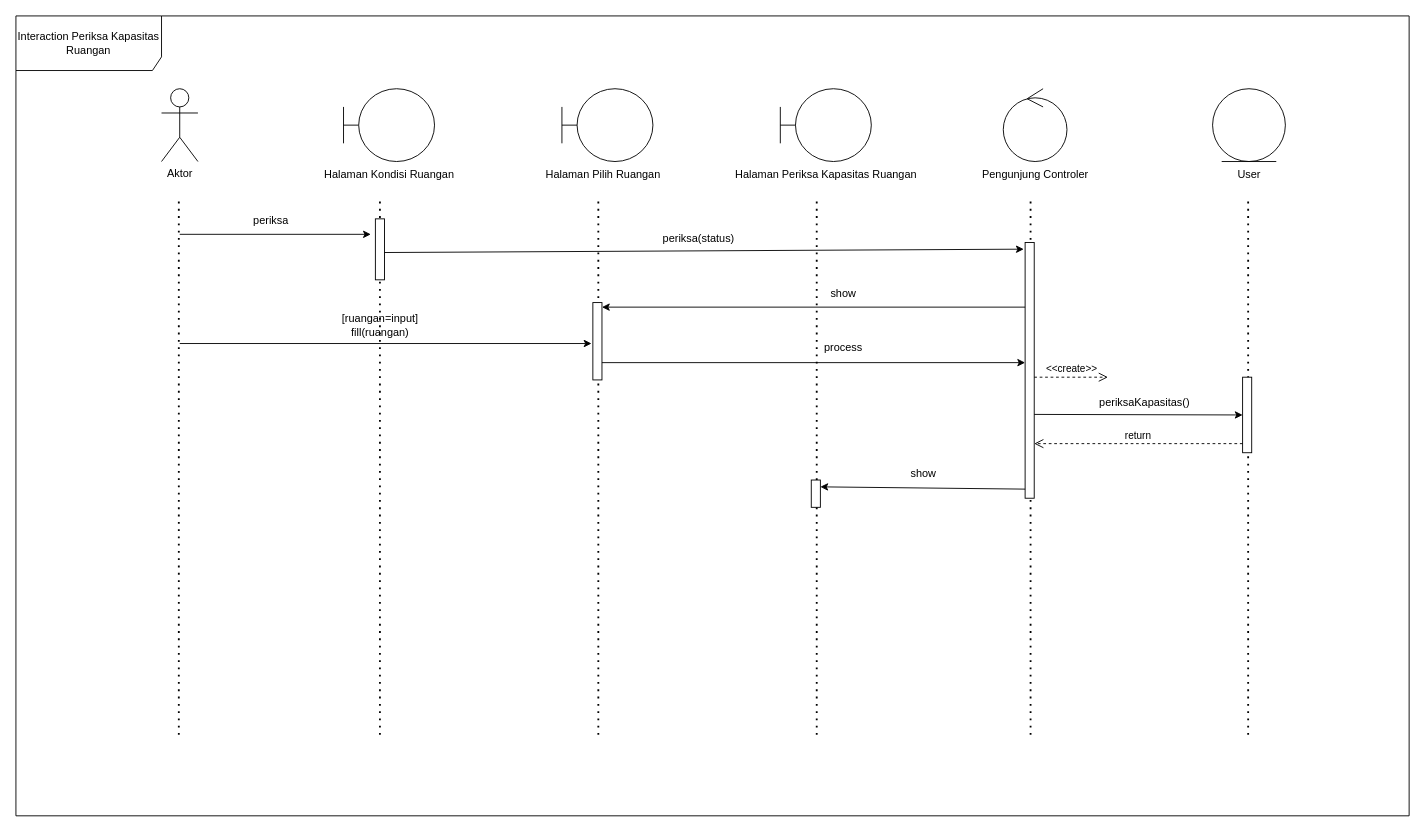
The draw.io diagram sd-Ubah_Status_Kursi.drawio.xml in andrewsalim101/sequence-diagram-rkb, before the edit. Source tidied: cells renumbered, new cells numbered last; positions are measured from the earlier drawing's top-left corner, leaving out a move shared by most shapes. Both pictures are drawn from the tidied source at 91%, with x=0, y=0 at pixel (15, 15).
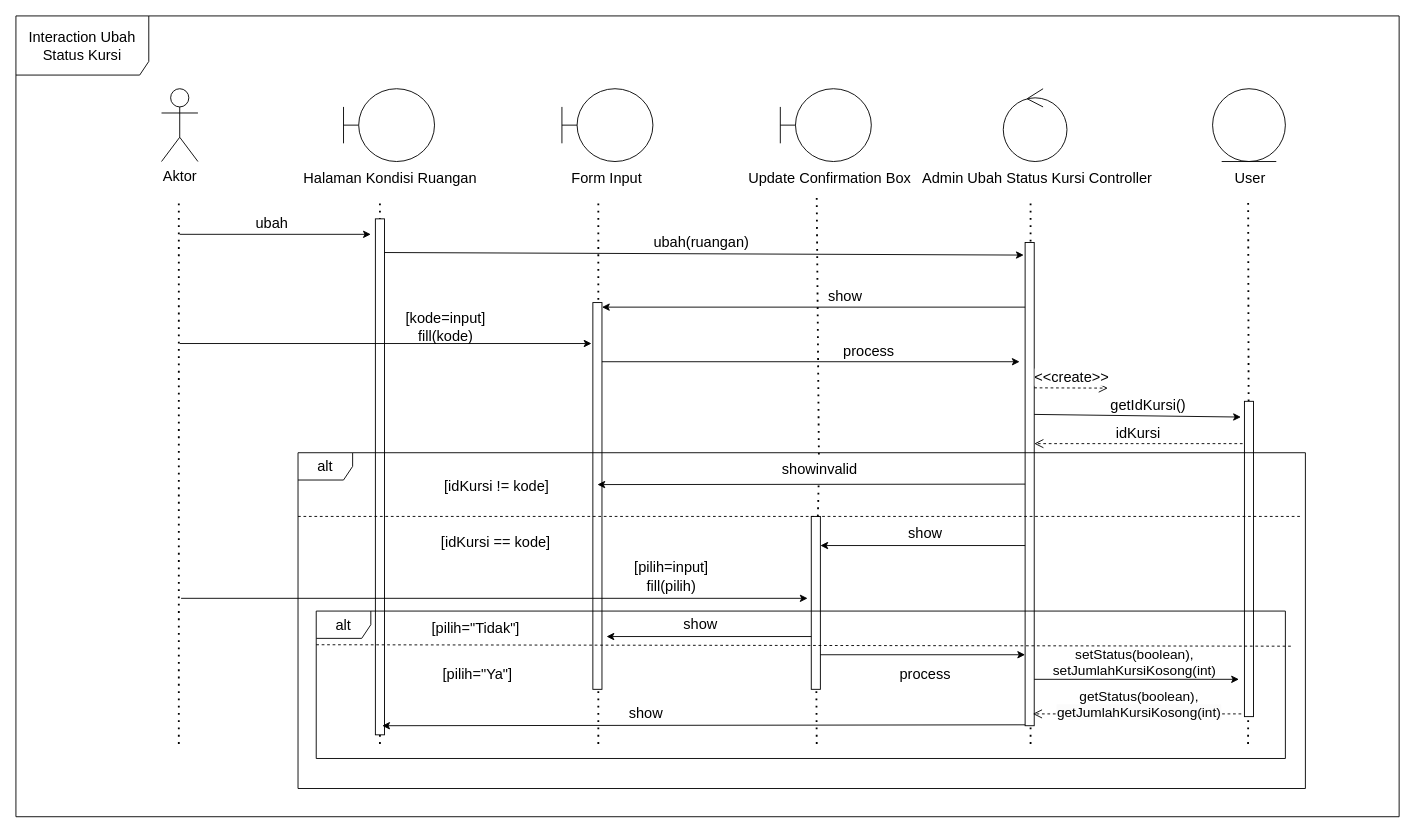
The same page after the edit.

The edit, as a diff of the source:
```diff
@@
-    <mxCell id="2" value="Aktor" style="shape=umlActor;verticalLabelPosition=bottom;verticalAlign=top;html=1;" parent="1" vertex="1">
+    <mxCell id="2" value="&lt;font style=&quot;font-size: 16px;&quot;&gt;Aktor&lt;/font&gt;" style="shape=umlActor;verticalLabelPosition=bottom;verticalAlign=top;html=1;" parent="1" vertex="1">
       <mxGeometry x="160" y="80" width="40" height="80" as="geometry" />
     </mxCell>
     <mxCell id="3" style="endArrow=none;dashed=1;html=1;dashPattern=1 3;strokeWidth=2;rounded=0;" parent="1" edge="1">
       <mxGeometry relative="1" as="geometry">
-        <mxPoint x="179" y="790" as="sourcePoint" />
+        <mxPoint x="179" y="800" as="sourcePoint" />
         <mxPoint x="179" y="200" as="targetPoint" />
       </mxGeometry>
     </mxCell>
@@
-    <mxCell id="5" value="Halaman Kondisi Ruangan" style="text;html=1;align=center;verticalAlign=middle;strokeColor=none;fillColor=none;" parent="1" vertex="1">
-      <mxGeometry x="325" y="160" width="170" height="30" as="geometry" />
+    <mxCell id="5" value="Halaman Kondisi Ruangan" style="text;html=1;align=center;verticalAlign=middle;strokeColor=none;fillColor=none;fontSize=16;" parent="1" vertex="1">
+      <mxGeometry x="307" y="162" width="208" height="31" as="geometry" />
     </mxCell>
@@
-    <mxCell id="7" value="Halaman Periksa Kapasitas Ruangan" style="text;html=1;align=center;verticalAlign=middle;strokeColor=none;fillColor=none;" parent="1" vertex="1">
-      <mxGeometry x="780" y="160" width="220" height="30" as="geometry" />
+    <mxCell id="7" value="Update Confirmation Box" style="text;html=1;align=center;verticalAlign=middle;strokeColor=none;fillColor=none;fontSize=16;" parent="1" vertex="1">
+      <mxGeometry x="795" y="162" width="197" height="31" as="geometry" />
     </mxCell>
@@
-    <mxCell id="9" value="Pengunjung Controler" style="text;html=1;align=center;verticalAlign=middle;strokeColor=none;fillColor=none;" parent="1" vertex="1">
-      <mxGeometry x="1050" y="160" width="140" height="30" as="geometry" />
+    <mxCell id="9" value="Admin Ubah Status Kursi Controller" style="text;html=1;align=center;verticalAlign=middle;strokeColor=none;fillColor=none;fontSize=16;" parent="1" vertex="1">
+      <mxGeometry x="986" y="162" width="271" height="31" as="geometry" />
     </mxCell>
@@
-    <mxCell id="11" value="User" style="text;html=1;align=center;verticalAlign=middle;strokeColor=none;fillColor=none;" parent="1" vertex="1">
-      <mxGeometry x="1330" y="160" width="50" height="30" as="geometry" />
+    <mxCell id="11" value="User" style="text;html=1;align=center;verticalAlign=middle;strokeColor=none;fillColor=none;fontSize=16;" parent="1" vertex="1">
+      <mxGeometry x="1330" y="162" width="52" height="31" as="geometry" />
     </mxCell>
     <mxCell id="12" style="endArrow=none;dashed=1;html=1;dashPattern=1 3;strokeWidth=2;rounded=0;" parent="1" edge="1">
       <mxGeometry relative="1" as="geometry">
-        <mxPoint x="400" y="790" as="sourcePoint" />
+        <mxPoint x="400" y="800" as="sourcePoint" />
         <mxPoint x="400" y="200" as="targetPoint" />
       </mxGeometry>
     </mxCell>
     <mxCell id="13" style="endArrow=none;dashed=1;html=1;dashPattern=1 3;strokeWidth=2;rounded=0;" parent="1" edge="1">
       <mxGeometry relative="1" as="geometry">
-        <mxPoint x="640" y="790" as="sourcePoint" />
+        <mxPoint x="640" y="800" as="sourcePoint" />
         <mxPoint x="640" y="200" as="targetPoint" />
       </mxGeometry>
     </mxCell>
     <mxCell id="14" style="endArrow=none;dashed=1;html=1;dashPattern=1 3;strokeWidth=2;rounded=0;" parent="1" edge="1">
       <mxGeometry relative="1" as="geometry">
-        <mxPoint x="1115" y="790" as="sourcePoint" />
+        <mxPoint x="1115" y="800" as="sourcePoint" />
         <mxPoint x="1115" y="200" as="targetPoint" />
       </mxGeometry>
     </mxCell>
-    <mxCell id="15" style="endArrow=none;dashed=1;html=1;dashPattern=1 3;strokeWidth=2;rounded=0;" parent="1" edge="1">
+    <mxCell id="15" style="endArrow=none;dashed=1;html=1;dashPattern=1 3;strokeWidth=2;rounded=0;" parent="1" edge="1" source="29">
       <mxGeometry relative="1" as="geometry">
-        <mxPoint x="1354.1" y="790" as="sourcePoint" />
         <mxPoint x="1354.1" y="200" as="targetPoint" />
       </mxGeometry>
     </mxCell>
     <mxCell id="16" style="rounded=0;whiteSpace=wrap;html=1;" parent="1" vertex="1">
-      <mxGeometry x="395" y="223" width="10" height="67" as="geometry" />
+      <mxGeometry x="395" y="223" width="10" height="567" as="geometry" />
     </mxCell>
@@
-    <mxCell id="18" value="periksa" style="text;html=1;align=center;verticalAlign=middle;strokeColor=none;fillColor=none;" parent="1" vertex="1">
-      <mxGeometry x="250" y="210" width="60" height="30" as="geometry" />
+    <mxCell id="18" value="ubah" style="text;html=1;align=center;verticalAlign=middle;strokeColor=none;fillColor=none;fontSize=16;" parent="1" vertex="1">
+      <mxGeometry x="254" y="212" width="54" height="31" as="geometry" />
     </mxCell>
@@
     <mxCell id="20" style="rounded=0;whiteSpace=wrap;html=1;" parent="1" vertex="1">
-      <mxGeometry x="1109" y="249" width="10" height="281" as="geometry" />
+      <mxGeometry x="1109" y="249" width="10" height="531" as="geometry" />
     </mxCell>
@@
-    <mxCell id="23" value="Halaman Pilih Ruangan" style="text;html=1;align=center;verticalAlign=middle;strokeColor=none;fillColor=none;" parent="1" vertex="1">
-      <mxGeometry x="570" y="160" width="150" height="30" as="geometry" />
+    <mxCell id="23" value="Form Input" style="text;html=1;align=center;verticalAlign=middle;strokeColor=none;fillColor=none;fontSize=16;" parent="1" vertex="1">
+      <mxGeometry x="601" y="162" width="95" height="31" as="geometry" />
     </mxCell>
-    <mxCell id="24" style="endArrow=none;dashed=1;html=1;dashPattern=1 3;strokeWidth=2;rounded=0;" parent="1" edge="1">
+    <mxCell id="24" style="endArrow=none;dashed=1;html=1;dashPattern=1 3;strokeWidth=2;rounded=0;" parent="1" edge="1" source="36">
       <mxGeometry relative="1" as="geometry">
-        <mxPoint x="880" y="790" as="sourcePoint" />
         <mxPoint x="880" y="200" as="targetPoint" />
       </mxGeometry>
     </mxCell>
     <mxCell id="25" style="rounded=0;whiteSpace=wrap;html=1;" parent="1" vertex="1">
-      <mxGeometry x="634" y="315" width="10" height="85" as="geometry" />
+      <mxGeometry x="634" y="315" width="10" height="425" as="geometry" />
     </mxCell>
     <mxCell id="26" style="endArrow=classic;html=1;rounded=0;" parent="1" edge="1">
       <mxGeometry relative="1" as="geometry">
-        <mxPoint x="644" y="381" as="sourcePoint" />
-        <mxPoint x="1109" y="381" as="targetPoint" />
+        <mxPoint x="644" y="380" as="sourcePoint" />
+        <mxPoint x="1103" y="380" as="targetPoint" />
       </mxGeometry>
     </mxCell>
@@
-    <mxCell id="28" style="endArrow=classic;html=1;rounded=0;entryX=0;entryY=0.5;entryDx=0;entryDy=0;" parent="1" edge="1" target="29">
+    <mxCell id="28" style="endArrow=classic;html=1;rounded=0;entryX=-0.386;entryY=0.05;entryDx=0;entryDy=0;entryPerimeter=0;" parent="1" edge="1" target="29">
       <mxGeometry relative="1" as="geometry">
         <mxPoint x="1119" y="437.9" as="sourcePoint" />
       </mxGeometry>
     </mxCell>
-    <mxCell id="29" style="rounded=0;whiteSpace=wrap;html=1;" parent="1" vertex="1">
-      <mxGeometry x="1348" y="397" width="10" height="83" as="geometry" />
-    </mxCell>
-    <mxCell id="30" value="return" style="html=1;verticalAlign=bottom;endArrow=open;dashed=1;endSize=8;edgeStyle=elbowEdgeStyle;elbow=vertical;curved=0;rounded=0;" parent="1" edge="1" target="20">
+    <mxCell id="30" value="idKursi" style="html=1;verticalAlign=bottom;endArrow=open;dashed=1;endSize=8;edgeStyle=elbowEdgeStyle;elbow=vertical;curved=0;rounded=0;fontSize=16;" parent="1" edge="1" target="20">
       <mxGeometry relative="1" as="geometry">
         <mxPoint x="1348" y="470" as="sourcePoint" />
       </mxGeometry>
     </mxCell>
-    <mxCell id="31" style="endArrow=classic;html=1;rounded=0;entryX=1;entryY=0.25;entryDx=0;entryDy=0;" parent="1" edge="1" target="32">
+    <mxCell id="31" style="endArrow=classic;html=1;rounded=0;entryX=1;entryY=0.5;entryDx=0;entryDy=0;" parent="1" edge="1">
       <mxGeometry relative="1" as="geometry">
-        <mxPoint x="1109" y="520" as="sourcePoint" />
+        <mxPoint x="1109" y="582" as="sourcePoint" />
+        <mxPoint x="884" y="582" as="targetPoint" />
       </mxGeometry>
     </mxCell>
-    <mxCell id="32" style="rounded=0;whiteSpace=wrap;html=1;" parent="1" vertex="1">
-      <mxGeometry x="874" y="510" width="10" height="30" as="geometry" />
-    </mxCell>
-    <mxCell id="33" value="periksa(status)" style="text;html=1;align=center;verticalAlign=middle;strokeColor=none;fillColor=none;" parent="1" vertex="1">
-      <mxGeometry x="700" y="230" width="100" height="30" as="geometry" />
+    <mxCell id="33" value="ubah(ruangan)" style="text;html=1;align=center;verticalAlign=middle;strokeColor=none;fillColor=none;fontSize=16;" parent="1" vertex="1">
+      <mxGeometry x="691" y="232" width="123" height="31" as="geometry" />
     </mxCell>
-    <mxCell id="34" value="show" style="text;html=1;align=center;verticalAlign=middle;strokeColor=none;fillColor=none;" parent="1" vertex="1">
-      <mxGeometry x="884" y="290" width="50" height="30" as="geometry" />
+    <mxCell id="34" value="show" style="text;html=1;align=center;verticalAlign=middle;strokeColor=none;fillColor=none;fontSize=16;" parent="1" vertex="1">
+      <mxGeometry x="883" y="292" width="55" height="31" as="geometry" />
     </mxCell>
-    <mxCell id="35" value="[ruangan=input]&lt;br&gt;fill(ruangan)" style="text;html=1;align=center;verticalAlign=middle;strokeColor=none;fillColor=none;" parent="1" vertex="1">
-      <mxGeometry x="345" y="320" width="110" height="40" as="geometry" />
+    <mxCell id="35" value="[kode=input]&lt;br style=&quot;font-size: 16px;&quot;&gt;fill(kode)" style="text;html=1;align=center;verticalAlign=middle;strokeColor=none;fillColor=none;fontSize=16;" parent="1" vertex="1">
+      <mxGeometry x="419" y="317" width="106" height="50" as="geometry" />
     </mxCell>
-    <mxCell id="36" value="process" style="text;html=1;align=center;verticalAlign=middle;points=[];strokeColor=none;fillColor=none;" parent="1" vertex="1">
-      <mxGeometry x="874" y="350" width="70" height="30" as="geometry" />
-    </mxCell>
-    <mxCell id="37" value="&amp;lt;&amp;lt;create&amp;gt;&amp;gt;" style="html=1;verticalAlign=bottom;endArrow=open;dashed=1;endSize=8;edgeStyle=elbowEdgeStyle;elbow=vertical;curved=0;rounded=0;" parent="1" edge="1">
+    <mxCell id="37" value="&amp;lt;&amp;lt;create&amp;gt;&amp;gt;" style="html=1;verticalAlign=bottom;endArrow=open;dashed=1;endSize=8;edgeStyle=elbowEdgeStyle;elbow=vertical;curved=0;rounded=0;fontSize=16;" parent="1" edge="1">
       <mxGeometry relative="1" as="geometry">
-        <mxPoint x="1119" y="397" as="sourcePoint" />
-        <mxPoint x="1200" y="397" as="targetPoint" />
+        <mxPoint x="1119" y="408.7" as="sourcePoint" />
+        <mxPoint x="1200" y="408.7" as="targetPoint" />
       </mxGeometry>
     </mxCell>
-    <mxCell id="38" value="periksaKapasitas()" style="text;html=1;align=center;verticalAlign=middle;strokeColor=none;fillColor=none;" parent="1" vertex="1">
-      <mxGeometry x="1180" y="410" width="120" height="30" as="geometry" />
+    <mxCell id="38" value="getIdKursi()" style="text;html=1;align=center;verticalAlign=middle;strokeColor=none;fillColor=none;fontSize=16;" parent="1" vertex="1">
+      <mxGeometry x="1193" y="412" width="101" height="31" as="geometry" />
     </mxCell>
-    <mxCell id="39" value="Interaction Periksa Kapasitas Ruangan" style="shape=umlFrame;whiteSpace=wrap;html=1;width=160;height=60;" parent="1" vertex="1">
-      <mxGeometry width="1531" height="879" as="geometry" />
-    </mxCell>
-    <mxCell id="40" value="show" style="text;html=1;align=center;verticalAlign=middle;strokeColor=none;fillColor=none;" parent="1" vertex="1">
-      <mxGeometry x="972" y="488" width="50" height="30" as="geometry" />
+    <mxCell id="40" value="show" style="text;html=1;align=center;verticalAlign=middle;strokeColor=none;fillColor=none;fontSize=16;" parent="1" vertex="1">
+      <mxGeometry x="971" y="552" width="55" height="31" as="geometry" />
     </mxCell>
+    <mxCell id="41" value="[idKursi != kode]" style="text;html=1;align=center;verticalAlign=middle;strokeColor=none;fillColor=none;fontSize=16;" parent="1" vertex="1">
+      <mxGeometry x="461" y="501.5" width="133" height="31" as="geometry" />
+    </mxCell>
+    <mxCell id="42" style="endArrow=classic;html=1;rounded=0;exitX=0;exitY=0.5;exitDx=0;exitDy=0;" parent="1" edge="1" source="20">
+      <mxGeometry relative="1" as="geometry">
+        <mxPoint x="639" y="515" as="targetPoint" />
+      </mxGeometry>
+    </mxCell>
+    <mxCell id="43" value="[idKursi == kode]" style="text;html=1;align=center;verticalAlign=middle;strokeColor=none;fillColor=none;fontSize=16;" parent="1" vertex="1">
+      <mxGeometry x="458" y="562" width="138" height="31" as="geometry" />
+    </mxCell>
+    <mxCell id="44" style="endArrow=classic;html=1;rounded=0;" parent="1" edge="1">
+      <mxGeometry relative="1" as="geometry">
+        <mxPoint x="181.5" y="640" as="sourcePoint" />
+        <mxPoint x="870" y="640" as="targetPoint" />
+      </mxGeometry>
+    </mxCell>
+    <mxCell id="45" value="[pilih=input]&lt;br style=&quot;font-size: 16px;&quot;&gt;fill(pilih)" style="text;html=1;align=center;verticalAlign=middle;strokeColor=none;fillColor=none;fontSize=16;" parent="1" vertex="1">
+      <mxGeometry x="670" y="591" width="99" height="50" as="geometry" />
+    </mxCell>
+    <mxCell id="46" value="process" style="text;html=1;align=center;verticalAlign=middle;strokeColor=none;fillColor=none;fontSize=16;" parent="1" vertex="1">
+      <mxGeometry x="900" y="352" width="74" height="31" as="geometry" />
+    </mxCell>
+    <mxCell id="47" style="endArrow=none;dashed=1;html=1;dashPattern=1 3;strokeWidth=2;rounded=0;" parent="1" edge="1" target="29">
+      <mxGeometry relative="1" as="geometry">
+        <mxPoint x="1354" y="800" as="sourcePoint" />
+      </mxGeometry>
+    </mxCell>
+    <mxCell id="29" style="rounded=0;whiteSpace=wrap;html=1;" parent="1" vertex="1">
+      <mxGeometry x="1350" y="423.5" width="10" height="346.5" as="geometry" />
+    </mxCell>
+    <mxCell id="48" style="endArrow=none;dashed=1;html=1;dashPattern=1 3;strokeWidth=2;rounded=0;" parent="1" edge="1" target="32">
+      <mxGeometry relative="1" as="geometry">
+        <mxPoint x="880" y="800" as="sourcePoint" />
+      </mxGeometry>
+    </mxCell>
+    <mxCell id="32" style="rounded=0;whiteSpace=wrap;html=1;" parent="1" vertex="1">
+      <mxGeometry x="874" y="550" width="10" height="190" as="geometry" />
+    </mxCell>
+    <mxCell id="49" style="endArrow=classic;html=1;rounded=0;entryX=1;entryY=0.5;entryDx=0;entryDy=0;" parent="1" edge="1">
+      <mxGeometry relative="1" as="geometry">
+        <mxPoint x="874" y="682" as="sourcePoint" />
+        <mxPoint x="649" y="682" as="targetPoint" />
+      </mxGeometry>
+    </mxCell>
+    <mxCell id="50" value="show" style="text;html=1;align=center;verticalAlign=middle;strokeColor=none;fillColor=none;fontSize=16;" parent="1" vertex="1">
+      <mxGeometry x="724" y="652" width="55" height="31" as="geometry" />
+    </mxCell>
+    <mxCell id="51" value="[pilih=&quot;Tidak&quot;]" style="text;html=1;align=center;verticalAlign=middle;strokeColor=none;fillColor=none;fontSize=16;" parent="1" vertex="1">
+      <mxGeometry x="447" y="657" width="115" height="31" as="geometry" />
+    </mxCell>
+    <mxCell id="52" style="endArrow=classic;html=1;rounded=0;entryX=1;entryY=0.5;entryDx=0;entryDy=0;" parent="1" edge="1">
+      <mxGeometry relative="1" as="geometry">
+        <mxPoint x="884" y="702" as="sourcePoint" />
+        <mxPoint x="1109" y="702" as="targetPoint" />
+      </mxGeometry>
+    </mxCell>
+    <mxCell id="53" value="process" style="text;html=1;align=center;verticalAlign=middle;strokeColor=none;fillColor=none;fontSize=16;" parent="1" vertex="1">
+      <mxGeometry x="962" y="707" width="74" height="31" as="geometry" />
+    </mxCell>
+    <mxCell id="54" style="endArrow=classic;html=1;rounded=0;entryX=0.75;entryY=1;entryDx=0;entryDy=0;" parent="1" edge="1">
+      <mxGeometry relative="1" as="geometry">
+        <mxPoint x="1109" y="779" as="sourcePoint" />
+        <mxPoint x="402.5" y="780" as="targetPoint" />
+      </mxGeometry>
+    </mxCell>
+    <mxCell id="55" value="show" style="text;html=1;align=center;verticalAlign=middle;strokeColor=none;fillColor=none;fontSize=16;" parent="1" vertex="1">
+      <mxGeometry x="664" y="750" width="55" height="31" as="geometry" />
+    </mxCell>
+    <mxCell id="56" style="endArrow=classic;html=1;rounded=0;entryX=1;entryY=0.5;entryDx=0;entryDy=0;" parent="1" edge="1">
+      <mxGeometry relative="1" as="geometry">
+        <mxPoint x="1119" y="729" as="sourcePoint" />
+        <mxPoint x="1344" y="729" as="targetPoint" />
+      </mxGeometry>
+    </mxCell>
+    <mxCell id="57" value="setStatus(boolean), &lt;br style=&quot;font-size: 15px;&quot;&gt;setJumlahKursiKosong(int)" style="text;html=1;align=center;verticalAlign=middle;strokeColor=none;fillColor=none;fontSize=15;" parent="1" vertex="1">
+      <mxGeometry x="1130" y="686" width="197" height="48" as="geometry" />
+    </mxCell>
+    <mxCell id="58" value="[pilih=&quot;Ya&quot;]" style="text;html=1;align=center;verticalAlign=middle;strokeColor=none;fillColor=none;fontSize=16;" parent="1" vertex="1">
+      <mxGeometry x="460" y="707" width="94" height="31" as="geometry" />
+    </mxCell>
+    <mxCell id="59" value="getStatus(boolean),&lt;br style=&quot;border-color: var(--border-color); font-size: 15px; background-color: rgb(251, 251, 251);&quot;&gt;&lt;span style=&quot;font-size: 15px; background-color: rgb(251, 251, 251);&quot;&gt;getJumlahKursiKosong(int)&lt;/span&gt;" style="html=1;verticalAlign=bottom;endArrow=open;dashed=1;endSize=8;edgeStyle=elbowEdgeStyle;elbow=vertical;curved=0;rounded=0;fontSize=15;" parent="1" edge="1">
+      <mxGeometry x="-0.02" y="10" relative="1" as="geometry">
+        <mxPoint x="1346.5" y="767" as="sourcePoint" />
+        <mxPoint x="1117.5" y="767" as="targetPoint" />
+        <mxPoint x="-1" as="offset" />
+      </mxGeometry>
+    </mxCell>
+    <mxCell id="60" style="endArrow=none;dashed=1;html=1;dashPattern=1 3;strokeWidth=2;rounded=0;" parent="1" edge="1" source="32" target="36">
+      <mxGeometry relative="1" as="geometry" />
+    </mxCell>
+    <mxCell id="36" value="showinvalid" style="text;html=1;align=center;verticalAlign=middle;points=[];strokeColor=none;fillColor=none;fontSize=16;" parent="1" vertex="1">
+      <mxGeometry x="832" y="482" width="101" height="31" as="geometry" />
+    </mxCell>
+    <mxCell id="61" value="alt" style="shape=umlFrame;whiteSpace=wrap;html=1;fontSize=16;" parent="1" vertex="1">
+      <mxGeometry x="310" y="480" width="1107" height="369" as="geometry" />
+    </mxCell>
+    <mxCell id="62" style="endArrow=none;dashed=1;html=1;rounded=0;" parent="1" edge="1">
+      <mxGeometry relative="1" as="geometry">
+        <mxPoint x="310" y="550" as="sourcePoint" />
+        <mxPoint x="1414" y="550" as="targetPoint" />
+      </mxGeometry>
+    </mxCell>
+    <mxCell id="63" value="alt" style="shape=umlFrame;whiteSpace=wrap;html=1;fontSize=16;" parent="1" vertex="1">
+      <mxGeometry x="330" y="654" width="1065" height="162" as="geometry" />
+    </mxCell>
+    <mxCell id="64" style="endArrow=none;dashed=1;html=1;rounded=0;entryX=1.006;entryY=0.179;entryDx=0;entryDy=0;entryPerimeter=0;" parent="1" edge="1">
+      <mxGeometry relative="1" as="geometry">
+        <mxPoint x="330" y="691" as="sourcePoint" />
+        <mxPoint x="1401.4" y="692.6" as="targetPoint" />
+      </mxGeometry>
+    </mxCell>
+    <mxCell id="65" value="Interaction Ubah Status Kursi" style="shape=umlFrame;whiteSpace=wrap;html=1;width=146;height=65;fontSize=16;" parent="1" vertex="1">
+      <mxGeometry width="1520" height="880" as="geometry" />
+    </mxCell>
```
